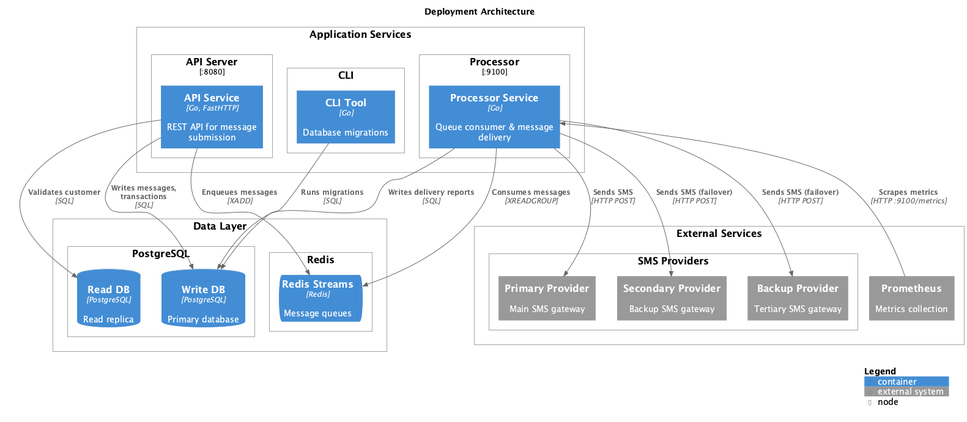
This is docs/diagrams/09-deployment.png from nimasrn/sms-gateway, a PlantUML export, as it was before one commit. Source of this version:
```plantuml
@startuml
!include https://raw.githubusercontent.com/plantuml-stdlib/C4-PlantUML/master/C4_Deployment.puml

title Deployment Architecture

Deployment_Node(services, "Application Services") {
  Deployment_Node(api, "API Server", ":8080") {
    Container(api_container, "API Service", "Go, FastHTTP", "REST API for message submission")
  }

  Deployment_Node(processor, "Processor", ":9100") {
    Container(processor_container, "Processor Service", "Go", "Queue consumer & message delivery")
  }

  Deployment_Node(cli, "CLI") {
    Container(cli_container, "CLI Tool", "Go", "Database migrations")
  }
}

Deployment_Node(data, "Data Layer") {
  Deployment_Node(postgres, "PostgreSQL") {
    ContainerDb(postgres_write, "Write DB", "PostgreSQL", "Primary database")
    ContainerDb(postgres_read, "Read DB", "PostgreSQL", "Read replica")
  }

  Deployment_Node(redis, "Redis") {
    ContainerQueue(redis_streams, "Redis Streams", "Redis", "Message queues")
  }
}

Deployment_Node(external, "External Services") {
  Deployment_Node(providers, "SMS Providers") {
    System_Ext(provider1, "Primary Provider", "Main SMS gateway")
    System_Ext(provider2, "Secondary Provider", "Backup SMS gateway")
    System_Ext(provider3, "Backup Provider", "Tertiary SMS gateway")
  }

  System_Ext(prometheus, "Prometheus", "Metrics collection")
}

Rel(api_container, postgres_write, "Writes messages, transactions", "SQL")
Rel(api_container, postgres_read, "Validates customer", "SQL")
Rel(api_container, redis_streams, "Enqueues messages", "XADD")

Rel(processor_container, redis_streams, "Consumes messages", "XREADGROUP")
Rel(processor_container, postgres_write, "Writes delivery reports", "SQL")
Rel(processor_container, provider1, "Sends SMS", "HTTP POST")
Rel(processor_container, provider2, "Sends SMS (failover)", "HTTP POST")
Rel(processor_container, provider3, "Sends SMS (failover)", "HTTP POST")

Rel(cli_container, postgres_write, "Runs migrations", "SQL")

Rel(prometheus, processor_container, "Scrapes metrics", "HTTP :9100/metrics")

SHOW_LEGEND()

@enduml
```
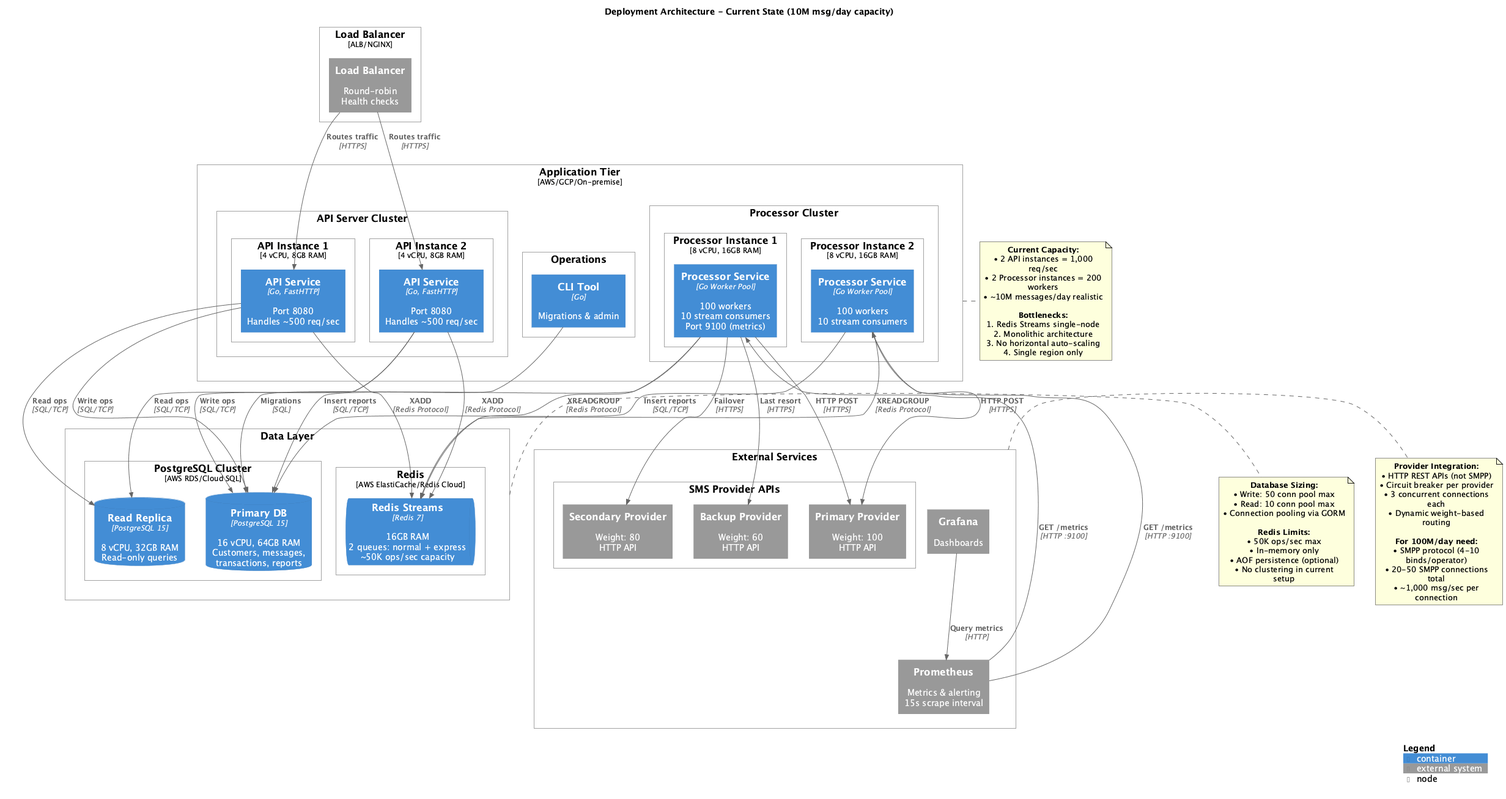
The same diagram one commit later.

What changed in the source:
```diff
@@ -1,56 +1,123 @@
 @startuml
 !include https://raw.githubusercontent.com/plantuml-stdlib/C4-PlantUML/master/C4_Deployment.puml
 
-title Deployment Architecture
+title Deployment Architecture - Current State (10M msg/day capacity)
 
-Deployment_Node(services, "Application Services") {
-  Deployment_Node(api, "API Server", ":8080") {
-    Container(api_container, "API Service", "Go, FastHTTP", "REST API for message submission")
+Deployment_Node(app_servers, "Application Tier", "AWS/GCP/On-premise") {
+  Deployment_Node(api_cluster, "API Server Cluster") {
+    Deployment_Node(api1, "API Instance 1", "4 vCPU, 8GB RAM") {
+      Container(api_container_1, "API Service", "Go, FastHTTP", "Port 8080\nHandles ~500 req/sec")
+    }
+    Deployment_Node(api2, "API Instance 2", "4 vCPU, 8GB RAM") {
+      Container(api_container_2, "API Service", "Go, FastHTTP", "Port 8080\nHandles ~500 req/sec")
+    }
   }
 
-  Deployment_Node(processor, "Processor", ":9100") {
-    Container(processor_container, "Processor Service", "Go", "Queue consumer & message delivery")
+  Deployment_Node(processor_cluster, "Processor Cluster") {
+    Deployment_Node(proc1, "Processor Instance 1", "8 vCPU, 16GB RAM") {
+      Container(processor_container_1, "Processor Service", "Go Worker Pool", "100 workers\n10 stream consumers\nPort 9100 (metrics)")
+    }
+    Deployment_Node(proc2, "Processor Instance 2", "8 vCPU, 16GB RAM") {
+      Container(processor_container_2, "Processor Service", "Go Worker Pool", "100 workers\n10 stream consumers")
+    }
   }
 
-  Deployment_Node(cli, "CLI") {
-    Container(cli_container, "CLI Tool", "Go", "Database migrations")
+  Deployment_Node(cli_node, "Operations") {
+    Container(cli_container, "CLI Tool", "Go", "Migrations & admin")
   }
 }
 
-Deployment_Node(data, "Data Layer") {
-  Deployment_Node(postgres, "PostgreSQL") {
-    ContainerDb(postgres_write, "Write DB", "PostgreSQL", "Primary database")
-    ContainerDb(postgres_read, "Read DB", "PostgreSQL", "Read replica")
+Deployment_Node(data_tier, "Data Layer") {
+  Deployment_Node(postgres_cluster, "PostgreSQL Cluster", "AWS RDS/Cloud SQL") {
+    ContainerDb(postgres_write, "Primary DB", "PostgreSQL 15", "16 vCPU, 64GB RAM\nCustomers, messages,\ntransactions, reports")
+    ContainerDb(postgres_read, "Read Replica", "PostgreSQL 15", "8 vCPU, 32GB RAM\nRead-only queries")
   }
 
-  Deployment_Node(redis, "Redis") {
-    ContainerQueue(redis_streams, "Redis Streams", "Redis", "Message queues")
+  Deployment_Node(redis_cluster, "Redis", "AWS ElastiCache/Redis Cloud") {
+    ContainerQueue(redis_streams, "Redis Streams", "Redis 7", "16GB RAM\n2 queues: normal + express\n~50K ops/sec capacity")
   }
 }
 
+Deployment_Node(lb, "Load Balancer", "ALB/NGINX") {
+  System_Ext(load_balancer, "Load Balancer", "Round-robin\nHealth checks")
+}
+
 Deployment_Node(external, "External Services") {
-  Deployment_Node(providers, "SMS Providers") {
-    System_Ext(provider1, "Primary Provider", "Main SMS gateway")
-    System_Ext(provider2, "Secondary Provider", "Backup SMS gateway")
-    System_Ext(provider3, "Backup Provider", "Tertiary SMS gateway")
+  Deployment_Node(providers, "SMS Provider APIs") {
+    System_Ext(provider1, "Primary Provider", "Weight: 100\nHTTP API")
+    System_Ext(provider2, "Secondary Provider", "Weight: 80\nHTTP API")
+    System_Ext(provider3, "Backup Provider", "Weight: 60\nHTTP API")
   }
 
-  System_Ext(prometheus, "Prometheus", "Metrics collection")
+  System_Ext(prometheus, "Prometheus", "Metrics & alerting\n15s scrape interval")
+  System_Ext(grafana, "Grafana", "Dashboards")
 }
 
-Rel(api_container, postgres_write, "Writes messages, transactions", "SQL")
-Rel(api_container, postgres_read, "Validates customer", "SQL")
-Rel(api_container, redis_streams, "Enqueues messages", "XADD")
+Rel(load_balancer, api_container_1, "Routes traffic", "HTTPS")
+Rel(load_balancer, api_container_2, "Routes traffic", "HTTPS")
 
-Rel(processor_container, redis_streams, "Consumes messages", "XREADGROUP")
-Rel(processor_container, postgres_write, "Writes delivery reports", "SQL")
-Rel(processor_container, provider1, "Sends SMS", "HTTP POST")
-Rel(processor_container, provider2, "Sends SMS (failover)", "HTTP POST")
-Rel(processor_container, provider3, "Sends SMS (failover)", "HTTP POST")
+Rel(api_container_1, postgres_write, "Write ops", "SQL/TCP")
+Rel(api_container_1, postgres_read, "Read ops", "SQL/TCP")
+Rel(api_container_1, redis_streams, "XADD", "Redis Protocol")
 
-Rel(cli_container, postgres_write, "Runs migrations", "SQL")
+Rel(api_container_2, postgres_write, "Write ops", "SQL/TCP")
+Rel(api_container_2, postgres_read, "Read ops", "SQL/TCP")
+Rel(api_container_2, redis_streams, "XADD", "Redis Protocol")
 
-Rel(prometheus, processor_container, "Scrapes metrics", "HTTP :9100/metrics")
+Rel(processor_container_1, redis_streams, "XREADGROUP", "Redis Protocol")
+Rel(processor_container_1, postgres_write, "Insert reports", "SQL/TCP")
+Rel(processor_container_1, provider1, "HTTP POST", "HTTPS")
+Rel(processor_container_1, provider2, "Failover", "HTTPS")
+Rel(processor_container_1, provider3, "Last resort", "HTTPS")
+
+Rel(processor_container_2, redis_streams, "XREADGROUP", "Redis Protocol")
+Rel(processor_container_2, postgres_write, "Insert reports", "SQL/TCP")
+Rel(processor_container_2, provider1, "HTTP POST", "HTTPS")
+
+Rel(cli_container, postgres_write, "Migrations", "SQL")
+
+Rel(prometheus, processor_container_1, "GET /metrics", "HTTP :9100")
+Rel(prometheus, processor_container_2, "GET /metrics", "HTTP :9100")
+Rel(grafana, prometheus, "Query metrics", "HTTP")
+
+note right of app_servers
+  **Current Capacity:**
+  • 2 API instances = 1,000 req/sec
+  • 2 Processor instances = 200 workers
+  • ~10M messages/day realistic
+
+  **Bottlenecks:**
+  1. Redis Streams single-node
+  2. Monolithic architecture
+  3. No horizontal auto-scaling
+  4. Single region only
+end note
+
+note right of data_tier
+  **Database Sizing:**
+  • Write: 50 conn pool max
+  • Read: 10 conn pool max
+  • Connection pooling via GORM
+
+  **Redis Limits:**
+  • 50K ops/sec max
+  • In-memory only
+  • AOF persistence (optional)
+  • No clustering in current setup
+end note
+
+note right of external
+  **Provider Integration:**
+  • HTTP REST APIs (not SMPP)
+  • Circuit breaker per provider
+  • 3 concurrent connections each
+  • Dynamic weight-based routing
+
+  **For 100M/day need:**
+  • SMPP protocol (4-10 binds/operator)
+  • 20-50 SMPP connections total
+  • ~1,000 msg/sec per connection
+end note
 
 SHOW_LEGEND()
 
```
